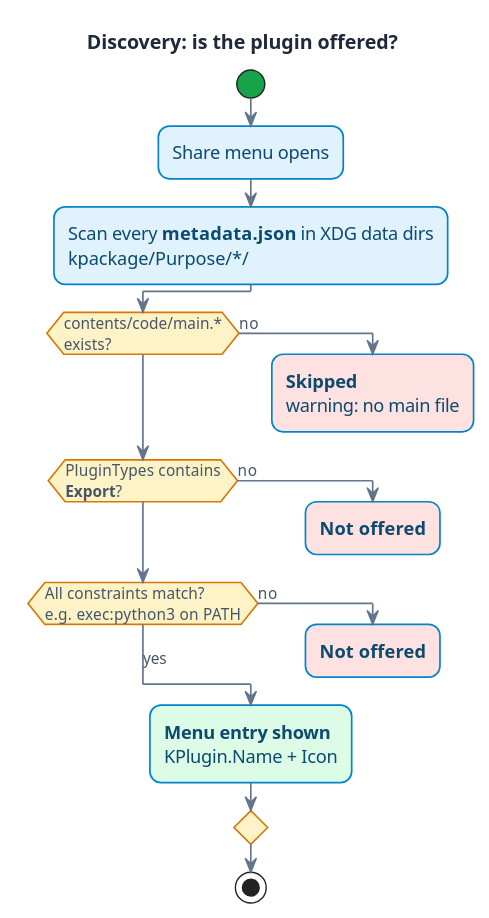
The PlantUML diagram docs/diagrams/out/how-it-works-discovery.svg in midvok/kde-purpose-plugins, before a commit. Source of this version:
```plantuml
@startuml
!include _style.iuml

title "Discovery: is the plugin offered?"

start
:Share menu opens;
:Scan every **metadata.json** in XDG data dirs
kpackage/Purpose/*/;

!pragma useVerticalIf on
if (contents/code/main.*\nexists?) then (no)
    $FAIL:**Skipped**
    warning: no main file;
    kill
elseif (PluginTypes contains\n**Export**?) then (no)
    $FAIL:**Not offered**;
    kill
elseif (All constraints match?\ne.g. exec:python3 on PATH) then (no)
    $FAIL:**Not offered**;
    kill
else (yes)
    $OK:**Menu entry shown**
    KPlugin.Name + Icon;
endif
stop
@enduml
```
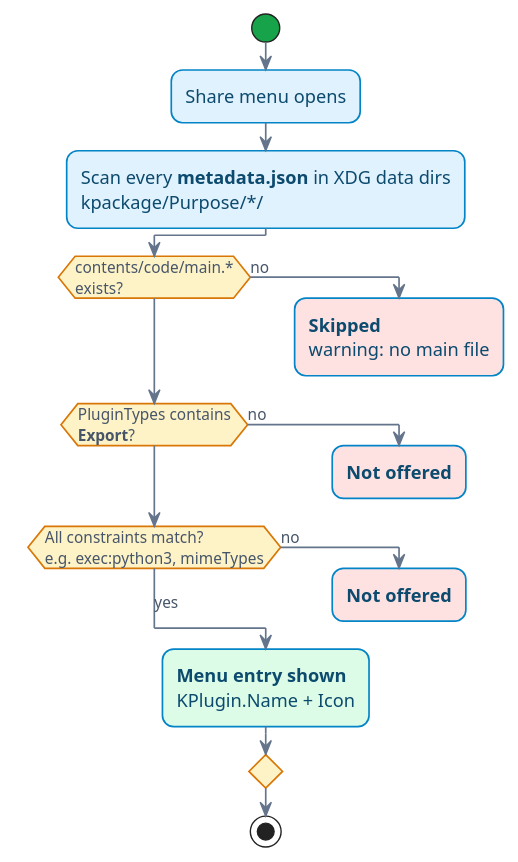
After the change.

What changed in the source:
```diff
@@ -1,7 +1,5 @@
 @startuml
 !include _style.iuml
-
-title "Discovery: is the plugin offered?"
 
 start
 :Share menu opens;
@@ -16,7 +14,7 @@
 elseif (PluginTypes contains\n**Export**?) then (no)
     $FAIL:**Not offered**;
     kill
-elseif (All constraints match?\ne.g. exec:python3 on PATH) then (no)
+elseif (All constraints match?\ne.g. exec:python3, mimeTypes) then (no)
     $FAIL:**Not offered**;
     kill
 else (yes)
```
